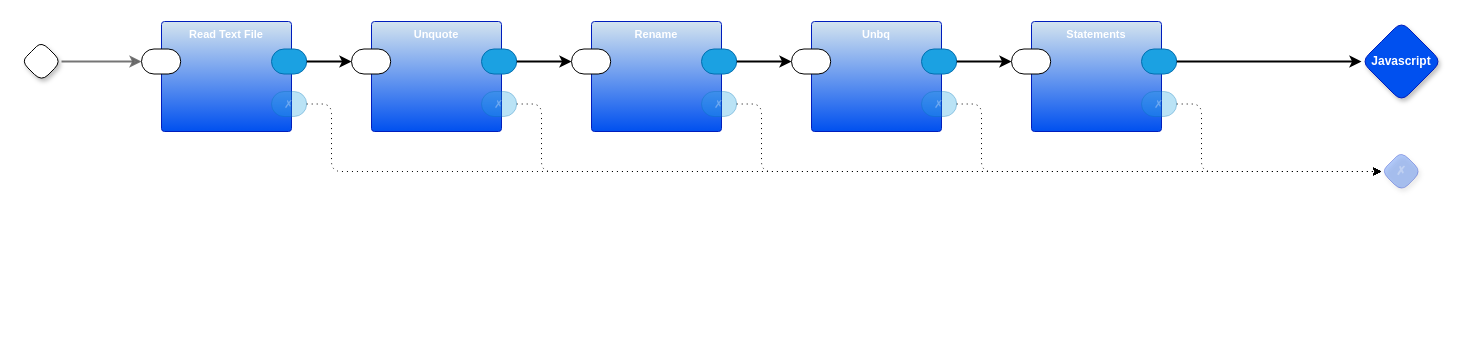
Before: page "main" (1 of 5) of p6.drawio in guitarvydas/p6, a draw.io diagram. Source tidied: cells renumbered, new cells numbered last; positions are measured from the earlier drawing's top-left corner, leaving out a move shared by most shapes. Both pictures are drawn from the tidied source at 100%, with x=0, y=0 at pixel (21, 21).
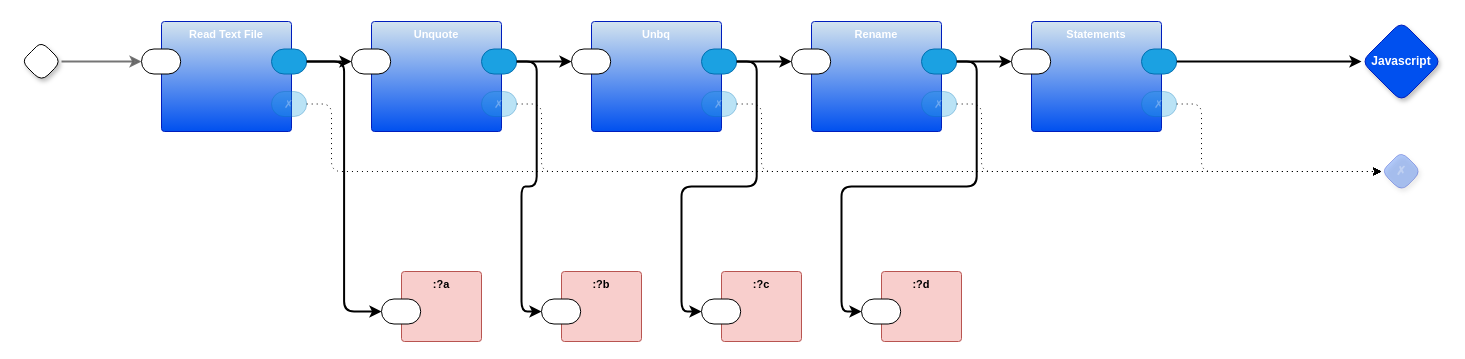
The same page after the edit.

The change refers to these unchanged cells:
```xml
<mxCell id="8" style="rounded=1;whiteSpace=wrap;html=1;sketch=0;points=[[0,0.5,0,0,0],[1,0.5,0,0,0]];fillColor=#1ba1e2;fontColor=#ffffff;strokeColor=#006EAF;arcSize=50;fontFamily=Helvetica;fontSize=11;" parent="5" vertex="1">
  <mxGeometry x="110" y="27.5" width="35.2" height="25" as="geometry" />
</mxCell>
<mxCell id="15" style="rounded=1;whiteSpace=wrap;html=1;sketch=0;points=[[0,0.5,0,0,0],[1,0.5,0,0,0]];fillColor=#1ba1e2;fontColor=#ffffff;strokeColor=#006EAF;arcSize=50;fontFamily=Helvetica;fontSize=11;" parent="12" vertex="1">
  <mxGeometry x="110" y="27.5" width="35.2" height="25" as="geometry" />
</mxCell>
<mxCell id="20" style="rounded=1;whiteSpace=wrap;html=1;sketch=0;points=[[0,0.5,0,0,0],[1,0.5,0,0,0]];fillColor=#1ba1e2;fontColor=#ffffff;strokeColor=#006EAF;arcSize=50;fontFamily=Helvetica;fontSize=11;" parent="17" vertex="1">
  <mxGeometry x="110" y="27.5" width="35.2" height="25" as="geometry" />
</mxCell>
<mxCell id="26" style="rounded=1;whiteSpace=wrap;html=1;sketch=0;points=[[0,0.5,0,0,0],[1,0.5,0,0,0]];fillColor=#1ba1e2;fontColor=#ffffff;strokeColor=#006EAF;arcSize=50;fontFamily=Helvetica;fontSize=11;" parent="23" vertex="1">
  <mxGeometry x="110" y="27.5" width="35.2" height="25" as="geometry" />
</mxCell>
```

Change to the diagram source:
```diff
@@
-    <mxCell id="17" value="Rename" style="rounded=1;whiteSpace=wrap;html=1;sketch=0;verticalAlign=top;arcSize=6;fontStyle=1;absoluteArcSize=1;shadow=0;strokeColor=#001DBC;fillColor=#D4E4EF;fontColor=#ffffff;fontFamily=Helvetica;fontSize=11;gradientColor=#0050EF;" parent="1" vertex="1">
+    <mxCell id="17" value="Unbq" style="rounded=1;whiteSpace=wrap;html=1;sketch=0;verticalAlign=top;arcSize=6;fontStyle=1;absoluteArcSize=1;shadow=0;strokeColor=#001DBC;fillColor=#D4E4EF;fontColor=#ffffff;fontFamily=Helvetica;fontSize=11;gradientColor=#0050EF;" parent="1" vertex="1">
       <mxGeometry x="570" width="130" height="110" as="geometry" />
     </mxCell>
@@
-    <mxCell id="23" value="Unbq" style="rounded=1;whiteSpace=wrap;html=1;sketch=0;verticalAlign=top;arcSize=6;fontStyle=1;absoluteArcSize=1;shadow=0;strokeColor=#001DBC;fillColor=#D4E4EF;fontColor=#ffffff;fontFamily=Helvetica;fontSize=11;gradientColor=#0050EF;" parent="1" vertex="1">
+    <mxCell id="23" value="Rename" style="rounded=1;whiteSpace=wrap;html=1;sketch=0;verticalAlign=top;arcSize=6;fontStyle=1;absoluteArcSize=1;shadow=0;strokeColor=#001DBC;fillColor=#D4E4EF;fontColor=#ffffff;fontFamily=Helvetica;fontSize=11;gradientColor=#0050EF;" parent="1" vertex="1">
       <mxGeometry x="790" width="130" height="110" as="geometry" />
     </mxCell>
@@
+    <mxCell id="36" value=":?a" style="rounded=1;whiteSpace=wrap;html=1;sketch=0;verticalAlign=top;arcSize=6;fontStyle=1;absoluteArcSize=1;shadow=0;strokeColor=#b85450;fillColor=#f8cecc;fontFamily=Helvetica;fontSize=11;" parent="1" vertex="1">
+      <mxGeometry x="380" y="250" width="80" height="70" as="geometry" />
+    </mxCell>
+    <mxCell id="37" style="rounded=1;whiteSpace=wrap;html=1;sketch=0;points=[[0,0.5,0,0,0],[1,0.5,0,0,0]];arcSize=50;fontFamily=Helvetica;fontSize=11;fontColor=default;" parent="36" vertex="1">
+      <mxGeometry x="-20" y="27.5" width="39.2" height="25" as="geometry" />
+    </mxCell>
+    <mxCell id="38" value=":?b" style="rounded=1;whiteSpace=wrap;html=1;sketch=0;verticalAlign=top;arcSize=6;fontStyle=1;absoluteArcSize=1;shadow=0;strokeColor=#b85450;fillColor=#f8cecc;fontFamily=Helvetica;fontSize=11;" parent="1" vertex="1">
+      <mxGeometry x="540" y="250" width="80" height="70" as="geometry" />
+    </mxCell>
+    <mxCell id="39" style="rounded=1;whiteSpace=wrap;html=1;sketch=0;points=[[0,0.5,0,0,0],[1,0.5,0,0,0]];arcSize=50;fontFamily=Helvetica;fontSize=11;fontColor=default;" parent="38" vertex="1">
+      <mxGeometry x="-20" y="27.5" width="39.2" height="25" as="geometry" />
+    </mxCell>
+    <mxCell id="40" value=":?c" style="rounded=1;whiteSpace=wrap;html=1;sketch=0;verticalAlign=top;arcSize=6;fontStyle=1;absoluteArcSize=1;shadow=0;strokeColor=#b85450;fillColor=#f8cecc;fontFamily=Helvetica;fontSize=11;" parent="1" vertex="1">
+      <mxGeometry x="700" y="250" width="80" height="70" as="geometry" />
+    </mxCell>
+    <mxCell id="41" style="rounded=1;whiteSpace=wrap;html=1;sketch=0;points=[[0,0.5,0,0,0],[1,0.5,0,0,0]];arcSize=50;fontFamily=Helvetica;fontSize=11;fontColor=default;" parent="40" vertex="1">
+      <mxGeometry x="-20" y="27.5" width="39.2" height="25" as="geometry" />
+    </mxCell>
+    <mxCell id="42" value=":?d" style="rounded=1;whiteSpace=wrap;html=1;sketch=0;verticalAlign=top;arcSize=6;fontStyle=1;absoluteArcSize=1;shadow=0;strokeColor=#b85450;fillColor=#f8cecc;fontFamily=Helvetica;fontSize=11;" parent="1" vertex="1">
+      <mxGeometry x="860" y="250" width="80" height="70" as="geometry" />
+    </mxCell>
+    <mxCell id="43" style="rounded=1;whiteSpace=wrap;html=1;sketch=0;points=[[0,0.5,0,0,0],[1,0.5,0,0,0]];arcSize=50;fontFamily=Helvetica;fontSize=11;fontColor=default;" parent="42" vertex="1">
+      <mxGeometry x="-20" y="27.5" width="39.2" height="25" as="geometry" />
+    </mxCell>
+    <mxCell id="44" style="edgeStyle=orthogonalEdgeStyle;shape=connector;curved=0;rounded=1;jettySize=auto;html=1;exitX=1;exitY=0.5;exitDx=0;exitDy=0;exitPerimeter=0;entryX=0;entryY=0.5;entryDx=0;entryDy=0;entryPerimeter=0;strokeColor=default;strokeWidth=2;align=center;verticalAlign=middle;fontFamily=Helvetica;fontSize=11;fontColor=default;labelBackgroundColor=default;endArrow=classic;" parent="1" edge="1" source="8" target="37">
+      <mxGeometry relative="1" as="geometry" />
+    </mxCell>
+    <mxCell id="45" style="edgeStyle=orthogonalEdgeStyle;shape=connector;curved=0;rounded=1;jettySize=auto;html=1;exitX=1;exitY=0.5;exitDx=0;exitDy=0;exitPerimeter=0;entryX=0;entryY=0.5;entryDx=0;entryDy=0;entryPerimeter=0;strokeColor=default;strokeWidth=2;align=center;verticalAlign=middle;fontFamily=Helvetica;fontSize=11;fontColor=default;labelBackgroundColor=default;endArrow=classic;" parent="1" edge="1" source="15" target="39">
+      <mxGeometry relative="1" as="geometry" />
+    </mxCell>
+    <mxCell id="46" style="edgeStyle=orthogonalEdgeStyle;shape=connector;curved=0;rounded=1;jettySize=auto;html=1;exitX=1;exitY=0.5;exitDx=0;exitDy=0;exitPerimeter=0;entryX=0;entryY=0.5;entryDx=0;entryDy=0;entryPerimeter=0;strokeColor=default;strokeWidth=2;align=center;verticalAlign=middle;fontFamily=Helvetica;fontSize=11;fontColor=default;labelBackgroundColor=default;endArrow=classic;" parent="1" edge="1" source="20" target="41">
+      <mxGeometry relative="1" as="geometry" />
+    </mxCell>
+    <mxCell id="47" style="edgeStyle=orthogonalEdgeStyle;shape=connector;curved=0;rounded=1;jettySize=auto;html=1;exitX=1;exitY=0.5;exitDx=0;exitDy=0;exitPerimeter=0;entryX=0;entryY=0.5;entryDx=0;entryDy=0;entryPerimeter=0;strokeColor=default;strokeWidth=2;align=center;verticalAlign=middle;fontFamily=Helvetica;fontSize=11;fontColor=default;labelBackgroundColor=default;endArrow=classic;" parent="1" edge="1" source="26" target="43">
+      <mxGeometry relative="1" as="geometry" />
+    </mxCell>
```
